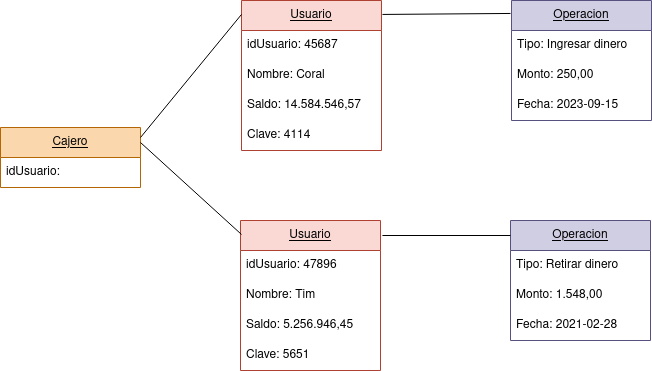
Earlier version of the draw.io export diagramas/tarea6 (cajero automatico)/diagrama_objetos_cajero_automatico.png (Chugani05/entorno_de_desarrollo). Source tidied: cells renumbered, new cells last; positions are measured from the earlier drawing's top-left corner, leaving out a move shared by most shapes.
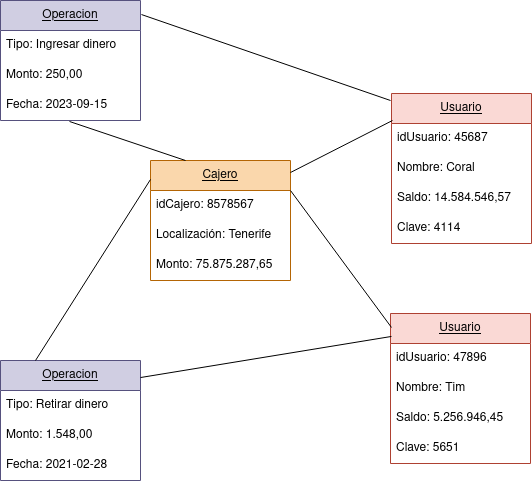
After the commit.

Diff of the diagram source:
```diff
@@ -18,7 +18,7 @@
       <mxGeometry y="120" width="140" height="30" as="geometry" />
     </mxCell>
     <mxCell id="7" value="&lt;u&gt;Operacion&lt;/u&gt;" style="swimlane;fontStyle=0;horizontal=1;startSize=30;whiteSpace=wrap;html=1;fillColor=#d0cee2;strokeColor=#56517e;" parent="1" vertex="1">
-      <mxGeometry x="511" width="140" height="120" as="geometry" />
+      <mxGeometry x="-150" y="-93" width="140" height="120" as="geometry" />
     </mxCell>
     <mxCell id="8" value="Tipo: Ingresar dinero" style="text;strokeColor=none;fillColor=none;align=left;verticalAlign=middle;spacingLeft=4;spacingRight=4;overflow=hidden;whiteSpace=wrap;html=1;" parent="7" vertex="1">
       <mxGeometry y="30" width="140" height="30" as="geometry" />
@@ -30,11 +30,17 @@
       <mxGeometry y="90" width="140" height="30" as="geometry" />
     </mxCell>
     <mxCell id="11" value="&lt;u&gt;Cajero&lt;/u&gt;" style="swimlane;fontStyle=0;horizontal=1;startSize=30;whiteSpace=wrap;html=1;fillColor=#fad7ac;strokeColor=#b46504;" parent="1" vertex="1">
-      <mxGeometry y="127" width="140" height="60" as="geometry" />
+      <mxGeometry y="67" width="140" height="120" as="geometry" />
     </mxCell>
-    <mxCell id="12" value="idUsuario:" style="text;strokeColor=none;fillColor=none;align=left;verticalAlign=middle;spacingLeft=4;spacingRight=4;overflow=hidden;whiteSpace=wrap;html=1;" parent="11" vertex="1">
+    <mxCell id="12" value="idCajero: 8578567" style="text;strokeColor=none;fillColor=none;align=left;verticalAlign=middle;spacingLeft=4;spacingRight=4;overflow=hidden;whiteSpace=wrap;html=1;" parent="11" vertex="1">
       <mxGeometry y="30" width="140" height="30" as="geometry" />
     </mxCell>
+    <mxCell id="26" value="Localización: Tenerife" style="text;strokeColor=none;fillColor=none;align=left;verticalAlign=middle;spacingLeft=4;spacingRight=4;overflow=hidden;whiteSpace=wrap;html=1;" parent="11" vertex="1">
+      <mxGeometry y="60" width="140" height="30" as="geometry" />
+    </mxCell>
+    <mxCell id="27" value="Monto: 75.875.287,65" style="text;strokeColor=none;fillColor=none;align=left;verticalAlign=middle;spacingLeft=4;spacingRight=4;overflow=hidden;whiteSpace=wrap;html=1;" parent="11" vertex="1">
+      <mxGeometry y="90" width="140" height="30" as="geometry" />
+    </mxCell>
     <mxCell id="13" value="&lt;u&gt;Usuario&lt;/u&gt;" style="swimlane;fontStyle=0;horizontal=1;startSize=30;whiteSpace=wrap;html=1;fillColor=#fad9d5;strokeColor=#ae4132;" parent="1" vertex="1">
       <mxGeometry x="240" y="220" width="140" height="150" as="geometry" />
     </mxCell>
@@ -51,7 +57,7 @@
       <mxGeometry y="120" width="140" height="30" as="geometry" />
     </mxCell>
     <mxCell id="18" value="&lt;u&gt;Operacion&lt;/u&gt;" style="swimlane;fontStyle=0;horizontal=1;startSize=30;whiteSpace=wrap;html=1;fillColor=#d0cee2;strokeColor=#56517e;" parent="1" vertex="1">
-      <mxGeometry x="510" y="220" width="140" height="120" as="geometry" />
+      <mxGeometry x="-150" y="267" width="140" height="120" as="geometry" />
     </mxCell>
     <mxCell id="19" value="Tipo: Retirar dinero" style="text;strokeColor=none;fillColor=none;align=left;verticalAlign=middle;spacingLeft=4;spacingRight=4;overflow=hidden;whiteSpace=wrap;html=1;" parent="18" vertex="1">
       <mxGeometry y="30" width="140" height="30" as="geometry" />
@@ -62,19 +68,25 @@
     <mxCell id="21" value="Fecha: 2021-02-28" style="text;strokeColor=none;fillColor=none;align=left;verticalAlign=middle;spacingLeft=4;spacingRight=4;overflow=hidden;whiteSpace=wrap;html=1;" parent="18" vertex="1">
       <mxGeometry y="90" width="140" height="30" as="geometry" />
     </mxCell>
-    <mxCell id="22" style="endArrow=none;html=1;rounded=0;exitX=1.007;exitY=0.093;exitDx=0;exitDy=0;exitPerimeter=0;entryX=-0.007;entryY=0.108;entryDx=0;entryDy=0;entryPerimeter=0;" parent="1" edge="1" source="2" target="7">
-      <mxGeometry relative="1" as="geometry" />
+    <mxCell id="22" style="endArrow=none;html=1;rounded=0;entryX=1.007;entryY=0.117;entryDx=0;entryDy=0;entryPerimeter=0;" parent="1" edge="1" target="7">
+      <mxGeometry relative="1" as="geometry">
+        <mxPoint x="240" y="7" as="sourcePoint" />
+      </mxGeometry>
     </mxCell>
-    <mxCell id="23" style="endArrow=none;html=1;rounded=0;exitX=1.014;exitY=0.1;exitDx=0;exitDy=0;exitPerimeter=0;entryX=0;entryY=0.125;entryDx=0;entryDy=0;entryPerimeter=0;" parent="1" edge="1" source="13" target="18">
+    <mxCell id="23" style="endArrow=none;html=1;rounded=0;exitX=0.007;exitY=0.153;exitDx=0;exitDy=0;exitPerimeter=0;entryX=1;entryY=0.142;entryDx=0;entryDy=0;entryPerimeter=0;" parent="1" edge="1" source="13" target="18">
       <mxGeometry relative="1" as="geometry" />
     </mxCell>
-    <mxCell id="24" style="endArrow=none;html=1;rounded=0;entryX=0;entryY=0.093;entryDx=0;entryDy=0;entryPerimeter=0;" parent="1" edge="1" target="2">
-      <mxGeometry relative="1" as="geometry">
-        <mxPoint x="140" y="137" as="sourcePoint" />
-      </mxGeometry>
+    <mxCell id="24" style="endArrow=none;html=1;rounded=0;entryX=0.007;entryY=0.18;entryDx=0;entryDy=0;entryPerimeter=0;exitX=1;exitY=0.1;exitDx=0;exitDy=0;exitPerimeter=0;" parent="1" edge="1" source="11" target="2">
+      <mxGeometry relative="1" as="geometry" />
     </mxCell>
     <mxCell id="25" style="endArrow=none;html=1;rounded=0;exitX=1;exitY=0.25;exitDx=0;exitDy=0;entryX=0.007;entryY=0.093;entryDx=0;entryDy=0;entryPerimeter=0;" parent="1" edge="1" source="11" target="13">
       <mxGeometry relative="1" as="geometry" />
     </mxCell>
+    <mxCell id="28" style="endArrow=none;html=1;rounded=0;exitX=0.25;exitY=0;exitDx=0;exitDy=0;entryX=0;entryY=0.158;entryDx=0;entryDy=0;entryPerimeter=0;" parent="1" edge="1" source="18" target="11">
+      <mxGeometry relative="1" as="geometry" />
+    </mxCell>
+    <mxCell id="29" style="endArrow=none;html=1;rounded=0;entryX=0.25;entryY=0;entryDx=0;entryDy=0;exitX=0.493;exitY=1.033;exitDx=0;exitDy=0;exitPerimeter=0;" parent="1" edge="1" source="10" target="11">
+      <mxGeometry relative="1" as="geometry" />
+    </mxCell>
   </root>
 </mxGraphModel>
```
